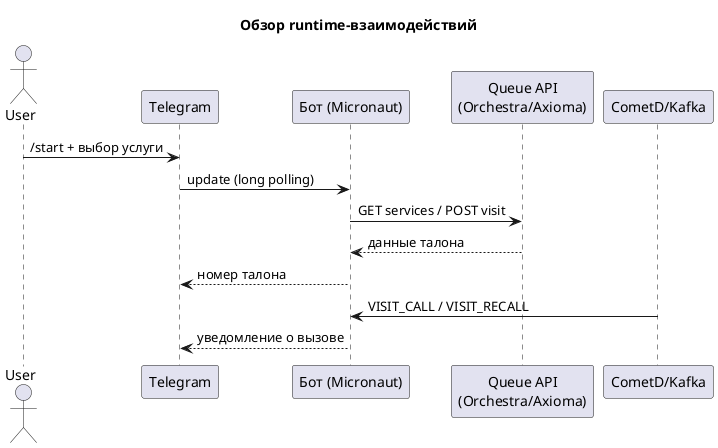
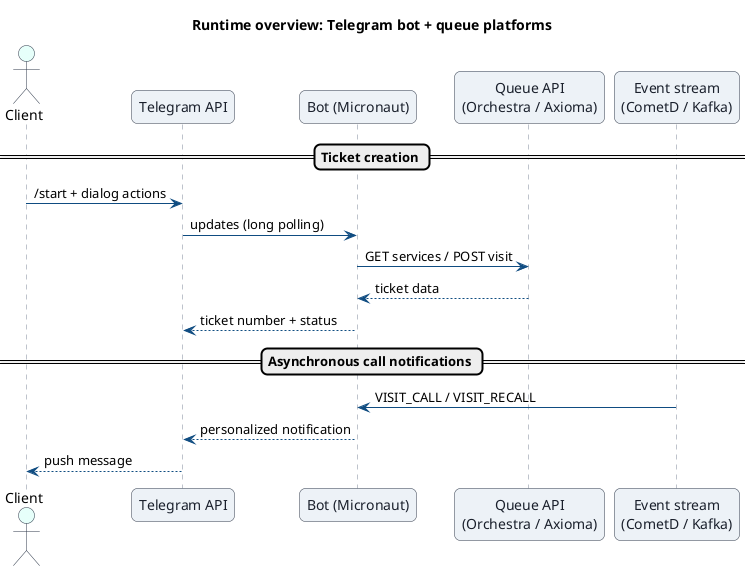
@startuml
- skinparam BackgroundColor white
- title Обзор runtime-взаимодействий
- actor User
- participant Telegram
- participant "Бот (Micronaut)" as Bot
- participant "Queue API\n(Orchestra/Axioma)" as Queue
- participant "CometD/Kafka" as Events
- User -> Telegram: /start + выбор услуги
- Telegram -> Bot: update (long polling)
+ title Runtime overview: Telegram bot + queue platforms
+ skinparam backgroundColor #FFFFFF
+ skinparam shadowing false
+ skinparam roundcorner 12
+ skinparam sequence {
+   ArrowColor #0F4C81
+   LifeLineBorderColor #7C8798
+   LifeLineBackgroundColor #F7FAFC
+   ParticipantBorderColor #2D3748
+   ParticipantBackgroundColor #EDF2F7
+   ParticipantFontColor #1A202C
+   ActorBorderColor #2D3748
+   ActorBackgroundColor #E6FFFA
+ }
+ 
+ actor "Client" as User
+ participant "Telegram API" as Telegram
+ participant "Bot (Micronaut)" as Bot
+ participant "Queue API\n(Orchestra / Axioma)" as Queue
+ participant "Event stream\n(CometD / Kafka)" as Events
+ 
+ == Ticket creation ==
+ User -> Telegram: /start + dialog actions
+ Telegram -> Bot: updates (long polling)
Bot -> Queue: GET services / POST visit
- Queue --> Bot: данные талона
- Bot --> Telegram: номер талона
+ Queue --> Bot: ticket data
+ Bot --> Telegram: ticket number + status
+ 
+ == Asynchronous call notifications ==
Events -> Bot: VISIT_CALL / VISIT_RECALL
- Bot --> Telegram: уведомление о вызове
+ Bot --> Telegram: personalized notification
+ Telegram --> User: push message
@enduml
